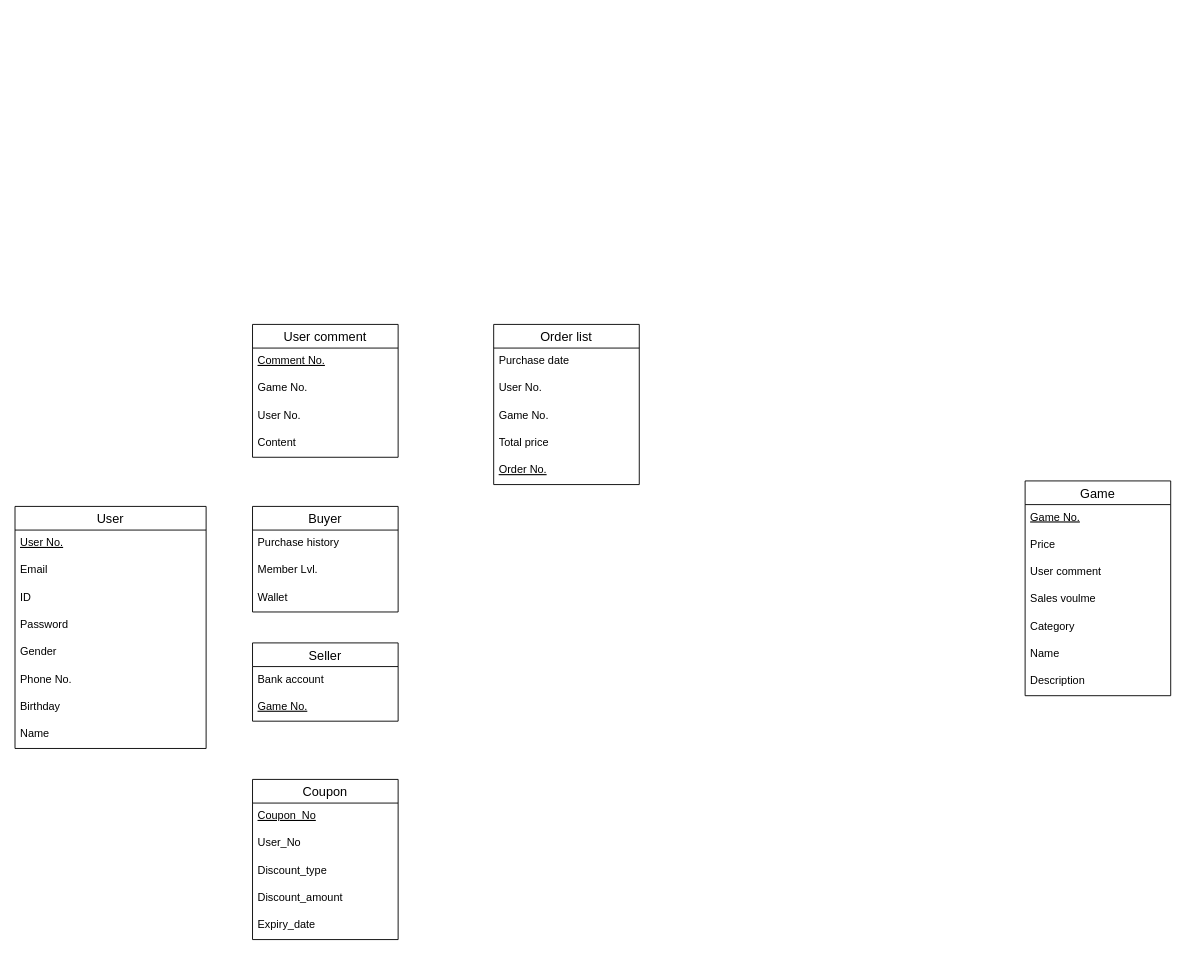
Earlier version of the draw.io diagram page "Database Schema" (3 of 3) of DBMS.drawio (13urgerKing/109-1DBMS). Source tidied: cells renumbered, new cells numbered last; positions are measured from the earlier drawing's top-left corner, leaving out a move shared by most shapes. Both pictures are drawn from the tidied source at 91%, with x=0, y=0 at pixel (15, 324).
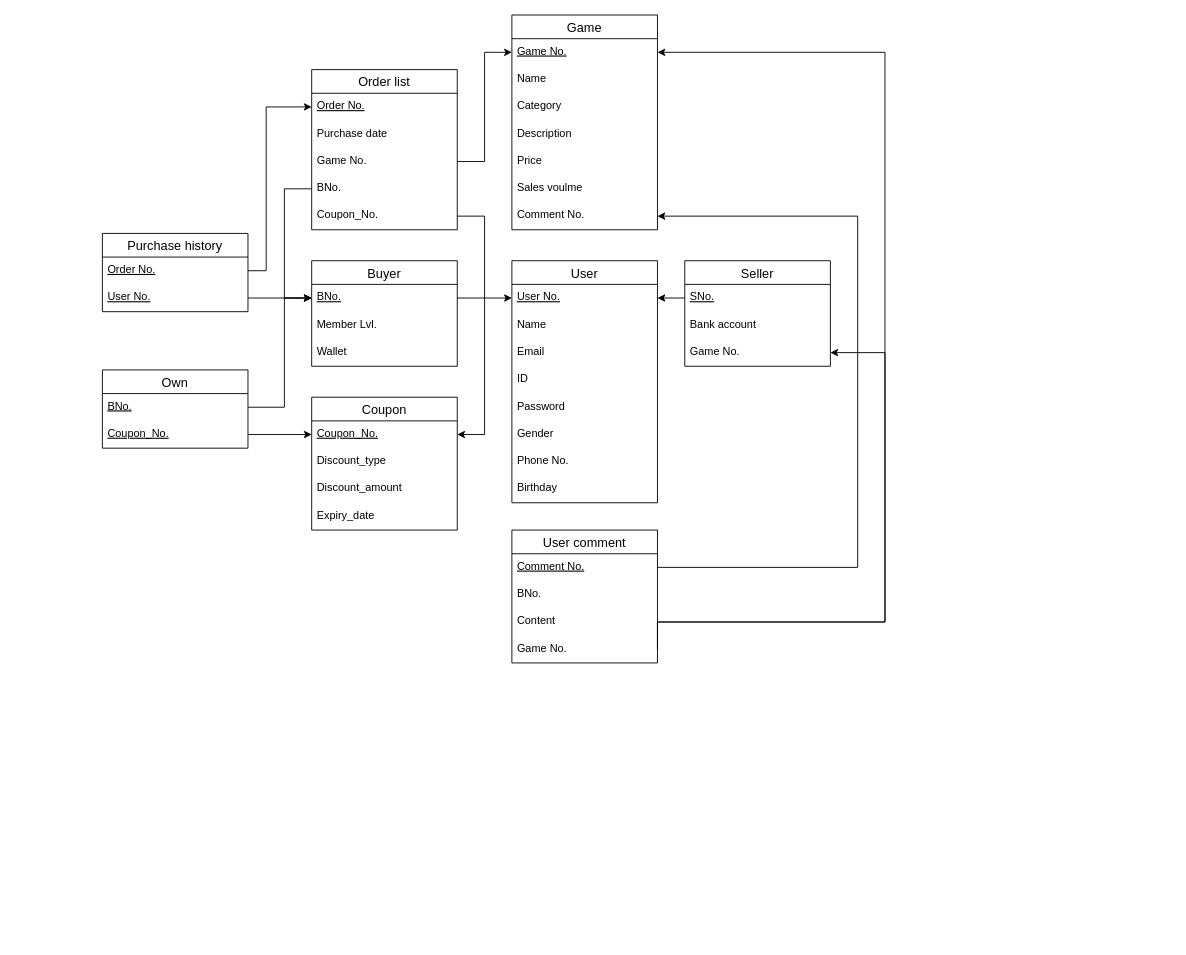
The same page after the edit.

Commit message:
Modify database schema drawio.

Unchanged cells that the change refers to:
```xml
<mxCell id="22" value="Game No." style="text;strokeColor=none;fillColor=none;spacingLeft=4;spacingRight=4;overflow=hidden;points=[[0,0.5],[1,0.5]];portConstraint=eastwest;fontSize=12;fontStyle=4;" parent="21" vertex="1">
  <mxGeometry y="26" width="160" height="30" as="geometry" />
</mxCell>
<mxCell id="33" value="Comment No." style="text;strokeColor=none;fillColor=none;spacingLeft=4;spacingRight=4;overflow=hidden;points=[[0,0.5],[1,0.5]];portConstraint=eastwest;fontSize=12;fontStyle=4;" parent="32" vertex="1">
  <mxGeometry y="26" width="160" height="30" as="geometry" />
</mxCell>
```

What changed in the source:
```diff
@@
     <mxCell id="2" value="User" style="swimlane;fontStyle=0;horizontal=1;startSize=26;align=center;fontSize=14;" parent="1" vertex="1">
-      <mxGeometry y="200" width="210" height="266" as="geometry" />
+      <mxGeometry x="546" y="-70" width="160" height="266" as="geometry" />
     </mxCell>
     <mxCell id="3" value="User No." style="text;strokeColor=none;fillColor=none;spacingLeft=4;spacingRight=4;overflow=hidden;points=[[0,0.5],[1,0.5]];portConstraint=eastwest;fontSize=12;fontStyle=4;" parent="2" vertex="1">
-      <mxGeometry y="26" width="210" height="30" as="geometry" />
+      <mxGeometry y="26" width="160" height="30" as="geometry" />
     </mxCell>
+    <mxCell id="10" value="Name" style="text;strokeColor=none;fillColor=none;spacingLeft=4;spacingRight=4;overflow=hidden;fontSize=12;" parent="2" vertex="1">
+      <mxGeometry y="56" width="160" height="30" as="geometry" />
+    </mxCell>
     <mxCell id="4" value="Email" style="text;strokeColor=none;fillColor=none;spacingLeft=4;spacingRight=4;overflow=hidden;fontSize=12;" parent="2" vertex="1">
-      <mxGeometry y="56" width="210" height="30" as="geometry" />
+      <mxGeometry y="86" width="160" height="30" as="geometry" />
     </mxCell>
     <mxCell id="5" value="ID" style="text;strokeColor=none;fillColor=none;spacingLeft=4;spacingRight=4;overflow=hidden;fontSize=12;" parent="2" vertex="1">
-      <mxGeometry y="86" width="210" height="30" as="geometry" />
+      <mxGeometry y="116" width="160" height="30" as="geometry" />
     </mxCell>
     <mxCell id="6" value="Password" style="text;strokeColor=none;fillColor=none;spacingLeft=4;spacingRight=4;overflow=hidden;fontSize=12;" parent="2" vertex="1">
-      <mxGeometry y="116" width="210" height="30" as="geometry" />
+      <mxGeometry y="146" width="160" height="30" as="geometry" />
     </mxCell>
     <mxCell id="7" value="Gender" style="text;strokeColor=none;fillColor=none;spacingLeft=4;spacingRight=4;overflow=hidden;fontSize=12;" parent="2" vertex="1">
-      <mxGeometry y="146" width="210" height="30" as="geometry" />
+      <mxGeometry y="176" width="160" height="30" as="geometry" />
     </mxCell>
     <mxCell id="8" value="Phone No." style="text;strokeColor=none;fillColor=none;spacingLeft=4;spacingRight=4;overflow=hidden;fontSize=12;" parent="2" vertex="1">
-      <mxGeometry y="176" width="210" height="30" as="geometry" />
+      <mxGeometry y="206" width="160" height="30" as="geometry" />
     </mxCell>
     <mxCell id="9" value="Birthday" style="text;strokeColor=none;fillColor=none;spacingLeft=4;spacingRight=4;overflow=hidden;fontSize=12;" parent="2" vertex="1">
-      <mxGeometry y="206" width="210" height="30" as="geometry" />
+      <mxGeometry y="236" width="160" height="30" as="geometry" />
     </mxCell>
-    <mxCell id="10" value="Name" style="text;strokeColor=none;fillColor=none;spacingLeft=4;spacingRight=4;overflow=hidden;fontSize=12;" parent="2" vertex="1">
-      <mxGeometry y="236" width="210" height="30" as="geometry" />
-    </mxCell>
     <mxCell id="11" value="Buyer" style="swimlane;fontStyle=0;horizontal=1;startSize=26;align=center;fontSize=14;" parent="1" vertex="1">
-      <mxGeometry x="261" y="200" width="160" height="116" as="geometry" />
+      <mxGeometry x="326" y="-70" width="160" height="116" as="geometry" />
     </mxCell>
-    <mxCell id="12" value="Purchase history" style="text;strokeColor=none;fillColor=none;spacingLeft=4;spacingRight=4;overflow=hidden;fontSize=12;" parent="11" vertex="1">
-      <mxGeometry y="26" width="160" height="30" as="geometry" />
-    </mxCell>
+    <mxCell id="43" value="BNo." style="text;strokeColor=none;fillColor=none;spacingLeft=4;spacingRight=4;overflow=hidden;points=[[0,0.5],[1,0.5]];portConstraint=eastwest;fontSize=12;fontStyle=4;" parent="11" vertex="1">
+      <mxGeometry y="26" width="160" height="30" as="geometry" />
+    </mxCell>
@@
     <mxCell id="15" value="Order list" style="swimlane;fontStyle=0;horizontal=1;startSize=26;align=center;fontSize=14;" parent="1" vertex="1">
-      <mxGeometry x="526" width="160" height="176" as="geometry" />
+      <mxGeometry x="326" y="-280" width="160" height="176" as="geometry" />
     </mxCell>
+    <mxCell id="20" value="Order No." style="text;strokeColor=none;fillColor=none;spacingLeft=4;spacingRight=4;overflow=hidden;points=[[0,0.5],[1,0.5]];portConstraint=eastwest;fontSize=12;fontStyle=4;" parent="15" vertex="1">
+      <mxGeometry y="26" width="160" height="30" as="geometry" />
+    </mxCell>
     <mxCell id="16" value="Purchase date" style="text;strokeColor=none;fillColor=none;spacingLeft=4;spacingRight=4;overflow=hidden;fontSize=12;" parent="15" vertex="1">
-      <mxGeometry y="26" width="160" height="30" as="geometry" />
+      <mxGeometry y="56" width="160" height="30" as="geometry" />
     </mxCell>
+    <mxCell id="18" value="Game No." style="text;strokeColor=none;fillColor=none;spacingLeft=4;spacingRight=4;overflow=hidden;points=[[0,0.5],[1,0.5]];portConstraint=eastwest;fontSize=12;fontStyle=0;" parent="15" vertex="1">
+      <mxGeometry y="86" width="160" height="30" as="geometry" />
+    </mxCell>
-    <mxCell id="17" value="User No." style="text;strokeColor=none;fillColor=none;spacingLeft=4;spacingRight=4;overflow=hidden;points=[[0,0.5],[1,0.5]];portConstraint=eastwest;fontSize=12;" parent="15" vertex="1">
-      <mxGeometry y="56" width="160" height="30" as="geometry" />
+    <mxCell id="17" value="BNo." style="text;strokeColor=none;fillColor=none;spacingLeft=4;spacingRight=4;overflow=hidden;points=[[0,0.5],[1,0.5]];portConstraint=eastwest;fontSize=12;" parent="15" vertex="1">
+      <mxGeometry y="116" width="160" height="30" as="geometry" />
     </mxCell>
-    <mxCell id="18" value="Game No." style="text;strokeColor=none;fillColor=none;spacingLeft=4;spacingRight=4;overflow=hidden;points=[[0,0.5],[1,0.5]];portConstraint=eastwest;fontSize=12;fontStyle=0;" parent="15" vertex="1">
-      <mxGeometry y="86" width="160" height="30" as="geometry" />
-    </mxCell>
-    <mxCell id="19" value="Total price" style="text;strokeColor=none;fillColor=none;spacingLeft=4;spacingRight=4;overflow=hidden;points=[[0,0.5],[1,0.5]];portConstraint=eastwest;fontSize=12;" parent="15" vertex="1">
-      <mxGeometry y="116" width="160" height="30" as="geometry" />
+    <mxCell id="19" value="Coupon_No." style="text;strokeColor=none;fillColor=none;spacingLeft=4;spacingRight=4;overflow=hidden;points=[[0,0.5],[1,0.5]];portConstraint=eastwest;fontSize=12;" parent="15" vertex="1">
+      <mxGeometry y="146" width="160" height="30" as="geometry" />
     </mxCell>
-    <mxCell id="20" value="Order No." style="text;strokeColor=none;fillColor=none;spacingLeft=4;spacingRight=4;overflow=hidden;points=[[0,0.5],[1,0.5]];portConstraint=eastwest;fontSize=12;fontStyle=4;" parent="15" vertex="1">
-      <mxGeometry y="146" width="160" height="30" as="geometry" />
-    </mxCell>
     <mxCell id="21" value="Game" style="swimlane;fontStyle=0;horizontal=1;startSize=26;align=center;fontSize=14;" parent="1" vertex="1">
-      <mxGeometry x="1110" y="172" width="160" height="236" as="geometry" />
+      <mxGeometry x="546" y="-340" width="160" height="236" as="geometry" />
     </mxCell>
@@
+    <mxCell id="27" value="Name" style="text;strokeColor=none;fillColor=none;spacingLeft=4;spacingRight=4;overflow=hidden;fontSize=12;" parent="21" vertex="1">
+      <mxGeometry y="56" width="160" height="30" as="geometry" />
+    </mxCell>
+    <mxCell id="26" value="Category" style="text;strokeColor=none;fillColor=none;spacingLeft=4;spacingRight=4;overflow=hidden;fontSize=12;" parent="21" vertex="1">
+      <mxGeometry y="86" width="160" height="30" as="geometry" />
+    </mxCell>
+    <mxCell id="28" value="Description" style="text;strokeColor=none;fillColor=none;spacingLeft=4;spacingRight=4;overflow=hidden;fontSize=12;" parent="21" vertex="1">
+      <mxGeometry y="116" width="160" height="30" as="geometry" />
+    </mxCell>
     <mxCell id="23" value="Price" style="text;strokeColor=none;fillColor=none;spacingLeft=4;spacingRight=4;overflow=hidden;fontSize=12;" parent="21" vertex="1">
-      <mxGeometry y="56" width="160" height="30" as="geometry" />
+      <mxGeometry y="146" width="160" height="30" as="geometry" />
     </mxCell>
+    <mxCell id="25" value="Sales voulme" style="text;strokeColor=none;fillColor=none;spacingLeft=4;spacingRight=4;overflow=hidden;fontSize=12;" parent="21" vertex="1">
+      <mxGeometry y="176" width="160" height="30" as="geometry" />
+    </mxCell>
-    <mxCell id="24" value="User comment" style="text;strokeColor=none;fillColor=none;spacingLeft=4;spacingRight=4;overflow=hidden;points=[[0,0.5],[1,0.5]];portConstraint=eastwest;fontSize=12;" parent="21" vertex="1">
-      <mxGeometry y="86" width="160" height="30" as="geometry" />
+    <mxCell id="24" value="Comment No." style="text;strokeColor=none;fillColor=none;spacingLeft=4;spacingRight=4;overflow=hidden;points=[[0,0.5],[1,0.5]];portConstraint=eastwest;fontSize=12;fontStyle=0;" parent="21" vertex="1">
+      <mxGeometry y="206" width="160" height="30" as="geometry" />
     </mxCell>
-    <mxCell id="25" value="Sales voulme" style="text;strokeColor=none;fillColor=none;spacingLeft=4;spacingRight=4;overflow=hidden;fontSize=12;" parent="21" vertex="1">
-      <mxGeometry y="116" width="160" height="30" as="geometry" />
-    </mxCell>
-    <mxCell id="26" value="Category" style="text;strokeColor=none;fillColor=none;spacingLeft=4;spacingRight=4;overflow=hidden;fontSize=12;" parent="21" vertex="1">
-      <mxGeometry y="146" width="160" height="30" as="geometry" />
-    </mxCell>
-    <mxCell id="27" value="Name" style="text;strokeColor=none;fillColor=none;spacingLeft=4;spacingRight=4;overflow=hidden;fontSize=12;" parent="21" vertex="1">
-      <mxGeometry y="176" width="160" height="30" as="geometry" />
-    </mxCell>
-    <mxCell id="28" value="Description" style="text;strokeColor=none;fillColor=none;spacingLeft=4;spacingRight=4;overflow=hidden;fontSize=12;" parent="21" vertex="1">
-      <mxGeometry y="206" width="160" height="30" as="geometry" />
-    </mxCell>
-    <mxCell id="29" value="Seller" style="swimlane;fontStyle=0;horizontal=1;startSize=26;align=center;fontSize=14;" parent="1" vertex="1">
-      <mxGeometry x="261" y="350" width="160" height="86" as="geometry" />
-    </mxCell>
-    <mxCell id="30" value="Bank account" style="text;strokeColor=none;fillColor=none;spacingLeft=4;spacingRight=4;overflow=hidden;fontSize=12;" parent="29" vertex="1">
-      <mxGeometry y="26" width="160" height="30" as="geometry" />
-    </mxCell>
-    <mxCell id="31" value="Game No." style="text;strokeColor=none;fillColor=none;spacingLeft=4;spacingRight=4;overflow=hidden;points=[[0,0.5],[1,0.5]];portConstraint=eastwest;fontSize=12;fontStyle=4;" parent="29" vertex="1">
-      <mxGeometry y="56" width="160" height="30" as="geometry" />
-    </mxCell>
     <mxCell id="32" value="User comment" style="swimlane;fontStyle=0;horizontal=1;startSize=26;align=center;fontSize=14;" parent="1" vertex="1">
-      <mxGeometry x="261" width="160" height="146" as="geometry" />
+      <mxGeometry x="546" y="226" width="160" height="146" as="geometry" />
     </mxCell>
@@
-    <mxCell id="34" value="Game No." style="text;strokeColor=none;fillColor=none;spacingLeft=4;spacingRight=4;overflow=hidden;points=[[0,0.5],[1,0.5]];portConstraint=eastwest;fontSize=12;fontStyle=0;" parent="32" vertex="1">
-      <mxGeometry y="56" width="160" height="30" as="geometry" />
-    </mxCell>
-    <mxCell id="35" value="User No." style="text;strokeColor=none;fillColor=none;spacingLeft=4;spacingRight=4;overflow=hidden;fontSize=12;" parent="32" vertex="1">
-      <mxGeometry y="86" width="160" height="30" as="geometry" />
+    <mxCell id="35" value="BNo." style="text;strokeColor=none;fillColor=none;spacingLeft=4;spacingRight=4;overflow=hidden;fontSize=12;" parent="32" vertex="1">
+      <mxGeometry y="56" width="160" height="30" as="geometry" />
     </mxCell>
     <mxCell id="36" value="Content" style="text;strokeColor=none;fillColor=none;spacingLeft=4;spacingRight=4;overflow=hidden;fontSize=12;fontStyle=0;" parent="32" vertex="1">
-      <mxGeometry y="116" width="160" height="30" as="geometry" />
+      <mxGeometry y="86" width="160" height="30" as="geometry" />
     </mxCell>
+    <mxCell id="34" value="Game No." style="text;strokeColor=none;fillColor=none;spacingLeft=4;spacingRight=4;overflow=hidden;points=[[0,0.5],[1,0.5]];portConstraint=eastwest;fontSize=12;fontStyle=0;" parent="32" vertex="1">
+      <mxGeometry y="116" width="160" height="30" as="geometry" />
+    </mxCell>
     <mxCell id="37" value="Coupon" style="swimlane;fontStyle=0;horizontal=1;startSize=26;align=center;fontSize=14;" parent="1" vertex="1">
-      <mxGeometry x="261" y="500" width="160" height="176" as="geometry" />
+      <mxGeometry x="326" y="80" width="160" height="146" as="geometry" />
     </mxCell>
-    <mxCell id="38" value="Coupon_No" style="text;strokeColor=none;fillColor=none;spacingLeft=4;spacingRight=4;overflow=hidden;points=[[0,0.5],[1,0.5]];portConstraint=eastwest;fontSize=12;fontStyle=4;" parent="37" vertex="1">
+    <mxCell id="38" value="Coupon_No." style="text;strokeColor=none;fillColor=none;spacingLeft=4;spacingRight=4;overflow=hidden;points=[[0,0.5],[1,0.5]];portConstraint=eastwest;fontSize=12;fontStyle=4;" parent="37" vertex="1">
       <mxGeometry y="26" width="160" height="30" as="geometry" />
     </mxCell>
-    <mxCell id="39" value="User_No" style="text;strokeColor=none;fillColor=none;spacingLeft=4;spacingRight=4;overflow=hidden;fontSize=12;" parent="37" vertex="1">
-      <mxGeometry y="56" width="160" height="30" as="geometry" />
-    </mxCell>
     <mxCell id="40" value="Discount_type" style="text;strokeColor=none;fillColor=none;spacingLeft=4;spacingRight=4;overflow=hidden;fontSize=12;" parent="37" vertex="1">
-      <mxGeometry y="86" width="160" height="30" as="geometry" />
+      <mxGeometry y="56" width="160" height="30" as="geometry" />
     </mxCell>
     <mxCell id="41" value="Discount_amount" style="text;strokeColor=none;fillColor=none;spacingLeft=4;spacingRight=4;overflow=hidden;fontSize=12;" parent="37" vertex="1">
-      <mxGeometry y="116" width="160" height="30" as="geometry" />
+      <mxGeometry y="86" width="160" height="30" as="geometry" />
     </mxCell>
     <mxCell id="42" value="Expiry_date" style="text;strokeColor=none;fillColor=none;spacingLeft=4;spacingRight=4;overflow=hidden;fontSize=12;" parent="37" vertex="1">
-      <mxGeometry y="146" width="160" height="30" as="geometry" />
+      <mxGeometry y="116" width="160" height="30" as="geometry" />
     </mxCell>
+    <mxCell id="44" style="edgeStyle=orthogonalEdgeStyle;rounded=0;jettySize=auto;html=1;exitX=1;exitY=0.5;exitDx=0;exitDy=0;entryX=0;entryY=0.5;entryDx=0;entryDy=0;" parent="1" edge="1" source="43" target="3">
+      <mxGeometry relative="1" as="geometry" />
+    </mxCell>
+    <mxCell id="45" style="edgeStyle=orthogonalEdgeStyle;rounded=0;jettySize=auto;html=1;exitX=1;exitY=0.5;exitDx=0;exitDy=0;endArrow=none;endFill=0;startArrow=classic;startFill=1;entryX=0;entryY=0.5;entryDx=0;entryDy=0;" parent="1" edge="1" source="3" target="46">
+      <mxGeometry relative="1" as="geometry" />
+    </mxCell>
+    <mxCell id="29" value="Seller" style="swimlane;fontStyle=0;horizontal=1;startSize=26;align=center;fontSize=14;" parent="1" vertex="1">
+      <mxGeometry x="736" y="-70" width="160" height="116" as="geometry" />
+    </mxCell>
+    <mxCell id="46" value="SNo." style="text;strokeColor=none;fillColor=none;spacingLeft=4;spacingRight=4;overflow=hidden;points=[[0,0.5],[1,0.5]];portConstraint=eastwest;fontSize=12;fontStyle=4;" parent="29" vertex="1">
+      <mxGeometry y="26" width="160" height="30" as="geometry" />
+    </mxCell>
+    <mxCell id="30" value="Bank account" style="text;strokeColor=none;fillColor=none;spacingLeft=4;spacingRight=4;overflow=hidden;fontSize=12;" parent="29" vertex="1">
+      <mxGeometry y="56" width="160" height="30" as="geometry" />
+    </mxCell>
+    <mxCell id="31" value="Game No." style="text;strokeColor=none;fillColor=none;spacingLeft=4;spacingRight=4;overflow=hidden;points=[[0,0.5],[1,0.5]];portConstraint=eastwest;fontSize=12;fontStyle=0;" parent="29" vertex="1">
+      <mxGeometry y="86" width="160" height="30" as="geometry" />
+    </mxCell>
+    <mxCell id="47" style="edgeStyle=orthogonalEdgeStyle;rounded=0;jettySize=auto;html=1;exitX=1;exitY=0.5;exitDx=0;exitDy=0;entryX=1;entryY=0.5;entryDx=0;entryDy=0;startArrow=none;startFill=0;" parent="1" edge="1" source="34" target="22">
+      <mxGeometry relative="1" as="geometry">
+        <Array as="points">
+          <mxPoint x="956" y="327" />
+          <mxPoint x="956" y="-299" />
+        </Array>
+      </mxGeometry>
+    </mxCell>
+    <mxCell id="48" style="edgeStyle=orthogonalEdgeStyle;rounded=0;jettySize=auto;html=1;exitX=1;exitY=0.5;exitDx=0;exitDy=0;entryX=1;entryY=0.5;entryDx=0;entryDy=0;startArrow=none;startFill=0;endArrow=classic;endFill=1;" parent="1" edge="1" source="34" target="31">
+      <mxGeometry relative="1" as="geometry">
+        <Array as="points">
+          <mxPoint x="956" y="327" />
+          <mxPoint x="956" y="31" />
+        </Array>
+      </mxGeometry>
+    </mxCell>
+    <mxCell id="49" style="edgeStyle=orthogonalEdgeStyle;rounded=0;jettySize=auto;html=1;exitX=1;exitY=0.5;exitDx=0;exitDy=0;entryX=0;entryY=0.5;entryDx=0;entryDy=0;startArrow=none;startFill=0;endArrow=classic;endFill=1;" parent="1" edge="1" source="18" target="22">
+      <mxGeometry relative="1" as="geometry" />
+    </mxCell>
+    <mxCell id="12" value="Purchase history" style="swimlane;fontStyle=0;horizontal=1;startSize=26;align=center;fontSize=14;" parent="1" vertex="1">
+      <mxGeometry x="96" y="-100" width="160" height="86" as="geometry" />
+    </mxCell>
+    <mxCell id="50" value="Order No." style="text;strokeColor=none;fillColor=none;spacingLeft=4;spacingRight=4;overflow=hidden;points=[[0,0.5],[1,0.5]];portConstraint=eastwest;fontSize=12;fontStyle=4;" parent="12" vertex="1">
+      <mxGeometry y="26" width="160" height="30" as="geometry" />
+    </mxCell>
+    <mxCell id="51" value="User No." style="text;strokeColor=none;fillColor=none;spacingLeft=4;spacingRight=4;overflow=hidden;points=[[0,0.5],[1,0.5]];portConstraint=eastwest;fontSize=12;fontStyle=4;" parent="12" vertex="1">
+      <mxGeometry y="56" width="160" height="30" as="geometry" />
+    </mxCell>
+    <mxCell id="52" style="edgeStyle=orthogonalEdgeStyle;rounded=0;jettySize=auto;html=1;exitX=1;exitY=0.5;exitDx=0;exitDy=0;entryX=0;entryY=0.5;entryDx=0;entryDy=0;startArrow=none;startFill=0;endArrow=classic;endFill=1;" parent="1" edge="1" source="51" target="43">
+      <mxGeometry relative="1" as="geometry" />
+    </mxCell>
+    <mxCell id="53" style="edgeStyle=orthogonalEdgeStyle;rounded=0;jettySize=auto;html=1;exitX=1;exitY=0.5;exitDx=0;exitDy=0;entryX=0;entryY=0.5;entryDx=0;entryDy=0;startArrow=none;startFill=0;endArrow=classic;endFill=1;" parent="1" edge="1" source="50" target="20">
+      <mxGeometry relative="1" as="geometry">
+        <Array as="points">
+          <mxPoint x="276" y="-59" />
+          <mxPoint x="276" y="-239" />
+        </Array>
+      </mxGeometry>
+    </mxCell>
+    <mxCell id="54" value="Own" style="swimlane;fontStyle=0;horizontal=1;startSize=26;align=center;fontSize=14;" parent="1" vertex="1">
+      <mxGeometry x="96" y="50" width="160" height="86" as="geometry" />
+    </mxCell>
+    <mxCell id="55" value="BNo." style="text;strokeColor=none;fillColor=none;spacingLeft=4;spacingRight=4;overflow=hidden;points=[[0,0.5],[1,0.5]];portConstraint=eastwest;fontSize=12;fontStyle=4;" parent="54" vertex="1">
+      <mxGeometry y="26" width="160" height="30" as="geometry" />
+    </mxCell>
+    <mxCell id="56" value="Coupon_No." style="text;strokeColor=none;fillColor=none;spacingLeft=4;spacingRight=4;overflow=hidden;points=[[0,0.5],[1,0.5]];portConstraint=eastwest;fontSize=12;fontStyle=4;" parent="54" vertex="1">
+      <mxGeometry y="56" width="160" height="30" as="geometry" />
+    </mxCell>
+    <mxCell id="57" style="edgeStyle=orthogonalEdgeStyle;rounded=0;jettySize=auto;html=1;exitX=1;exitY=0.5;exitDx=0;exitDy=0;entryX=0;entryY=0.5;entryDx=0;entryDy=0;startArrow=none;startFill=0;endArrow=classic;endFill=1;" parent="1" edge="1" source="56" target="38">
+      <mxGeometry relative="1" as="geometry" />
+    </mxCell>
+    <mxCell id="58" style="edgeStyle=orthogonalEdgeStyle;rounded=0;jettySize=auto;html=1;exitX=0;exitY=0.5;exitDx=0;exitDy=0;entryX=0;entryY=0.5;entryDx=0;entryDy=0;startArrow=none;startFill=0;endArrow=classic;endFill=1;" parent="1" edge="1" source="17" target="43">
+      <mxGeometry relative="1" as="geometry">
+        <Array as="points">
+          <mxPoint x="296" y="-149" />
+          <mxPoint x="296" y="-29" />
+        </Array>
+      </mxGeometry>
+    </mxCell>
+    <mxCell id="59" style="edgeStyle=orthogonalEdgeStyle;rounded=0;jettySize=auto;html=1;exitX=0;exitY=0.5;exitDx=0;exitDy=0;entryX=1;entryY=0.5;entryDx=0;entryDy=0;startArrow=classic;startFill=1;endArrow=none;endFill=0;" parent="1" edge="1" source="43" target="55">
+      <mxGeometry relative="1" as="geometry">
+        <Array as="points">
+          <mxPoint x="296" y="-29" />
+          <mxPoint x="296" y="91" />
+        </Array>
+      </mxGeometry>
+    </mxCell>
+    <mxCell id="60" style="edgeStyle=orthogonalEdgeStyle;rounded=0;jettySize=auto;html=1;exitX=1;exitY=0.5;exitDx=0;exitDy=0;entryX=1;entryY=0.5;entryDx=0;entryDy=0;startArrow=classic;startFill=1;endArrow=none;endFill=0;" parent="1" edge="1" source="24" target="33">
+      <mxGeometry relative="1" as="geometry">
+        <Array as="points">
+          <mxPoint x="926" y="-119" />
+          <mxPoint x="926" y="267" />
+        </Array>
+      </mxGeometry>
+    </mxCell>
+    <mxCell id="61" style="edgeStyle=orthogonalEdgeStyle;rounded=0;jettySize=auto;html=1;exitX=1;exitY=0.5;exitDx=0;exitDy=0;entryX=1;entryY=0.5;entryDx=0;entryDy=0;startArrow=none;startFill=0;endArrow=classic;endFill=1;" parent="1" edge="1" source="19" target="38">
+      <mxGeometry relative="1" as="geometry">
+        <Array as="points">
+          <mxPoint x="516" y="-119" />
+          <mxPoint x="516" y="121" />
+        </Array>
+      </mxGeometry>
+    </mxCell>
```
